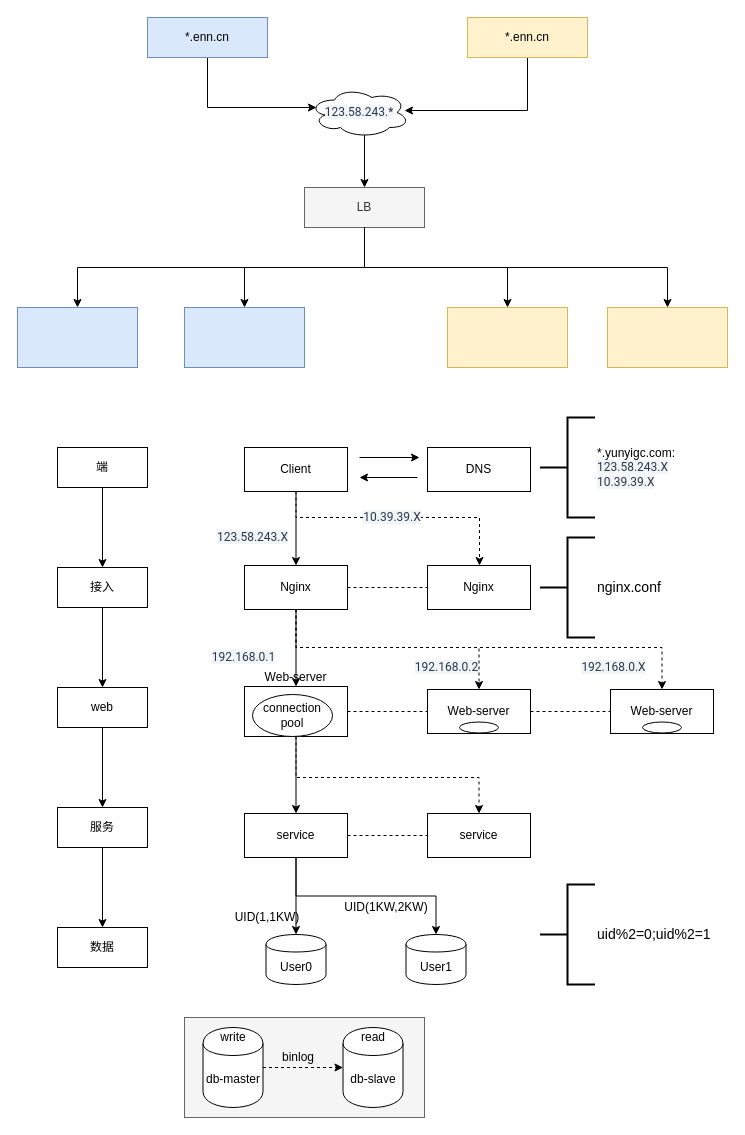
The draw.io diagram page "高可用设计思路" (23 of 26) of MQ服务.drawio in chinadragonsjz/project, before the edit. Source tidied: cells renumbered, new cells numbered last; positions are measured from the earlier drawing's top-left corner, leaving out a move shared by most shapes. Both pictures are drawn from the tidied source at 100%, with x=0, y=0 at pixel (17, 17).
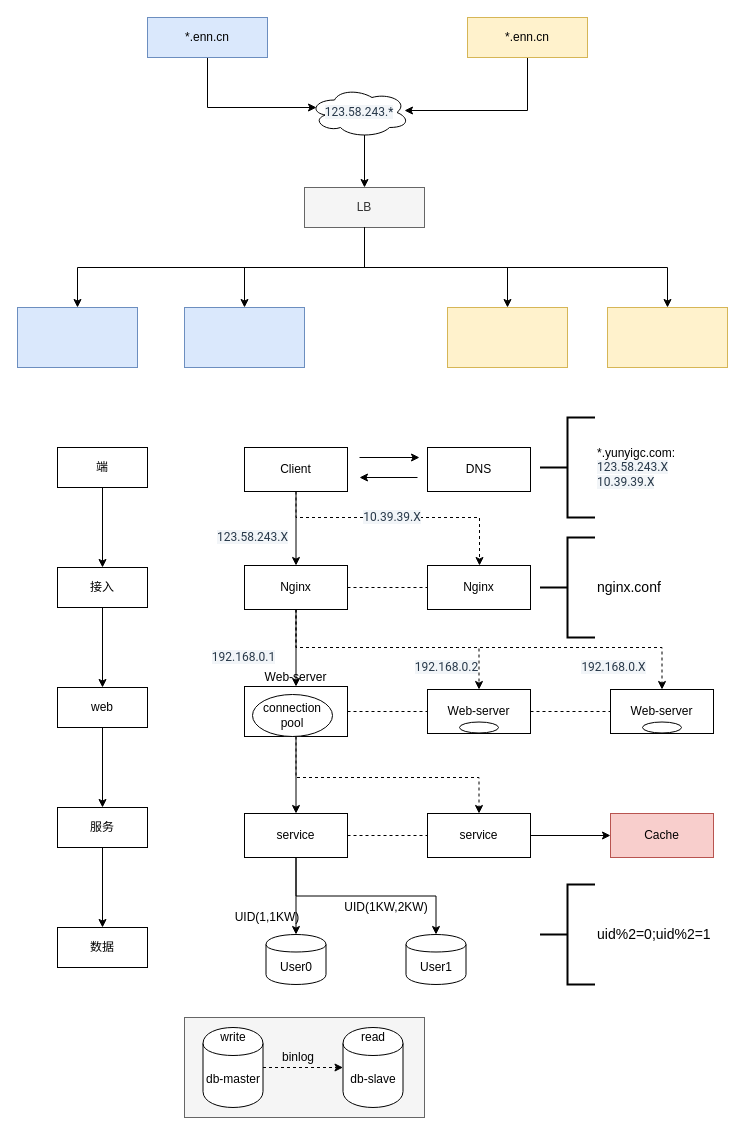
Above is the later version.

Unchanged cells that the change refers to:
```xml
<mxCell id="40" value="service" style="rounded=0;whiteSpace=wrap;html=1;" parent="1" vertex="1">
  <mxGeometry x="410" y="796" width="103" height="44" as="geometry" />
</mxCell>
```

What changed in the source:
```diff
@@
+    <mxCell id="72" style="edgeStyle=orthogonalEdgeStyle;rounded=0;jettySize=auto;html=1;" parent="1" edge="1" source="40" target="73">
+      <mxGeometry relative="1" as="geometry" />
+    </mxCell>
@@
+    <mxCell id="73" value="Cache" style="rounded=0;whiteSpace=wrap;html=1;fillColor=#f8cecc;strokeColor=#b85450;" parent="1" vertex="1">
+      <mxGeometry x="593" y="796" width="103" height="44" as="geometry" />
+    </mxCell>
```
